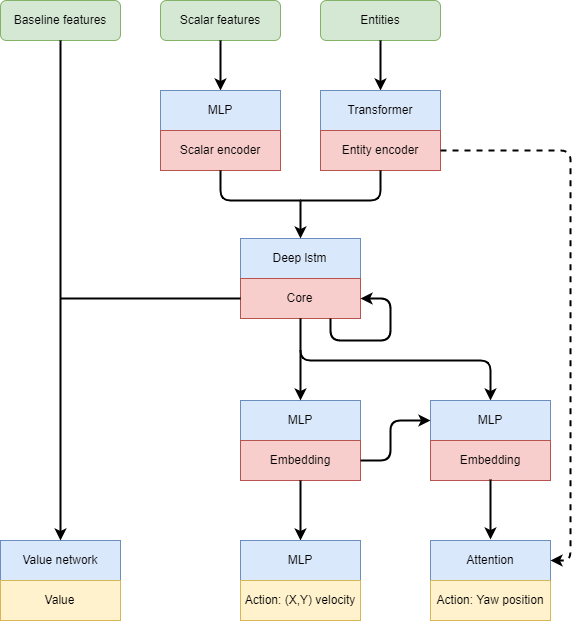
Above: architecture/pulsar_architecture.png in HKU-ICRA/Pulsar (draw.io), before the change. Source tidied: cells renumbered, new cells last; positions are measured from the earlier drawing's top-left corner, leaving out a move shared by most shapes. Its diagram source:
```xml
<mxGraphModel>
  <root>
    <mxCell id="0" />
    <mxCell id="1" parent="0" />
    <mxCell id="2" value="Entities" style="rounded=1;whiteSpace=wrap;html=1;fillColor=#d5e8d4;strokeColor=#82b366;" parent="1" vertex="1">
      <mxGeometry x="320" width="120" height="40" as="geometry" />
    </mxCell>
    <mxCell id="3" value="Scalar features" style="rounded=1;whiteSpace=wrap;html=1;fillColor=#d5e8d4;strokeColor=#82b366;" parent="1" vertex="1">
      <mxGeometry x="160" width="120" height="40" as="geometry" />
    </mxCell>
    <mxCell id="4" style="endArrow=classic;html=1;exitX=0.5;exitY=1;exitDx=0;exitDy=0;entryX=0.5;entryY=0;entryDx=0;entryDy=0;strokeWidth=2;" parent="1" edge="1" source="3">
      <mxGeometry relative="1" as="geometry">
        <mxPoint x="220" y="90" as="targetPoint" />
      </mxGeometry>
    </mxCell>
    <mxCell id="5" style="endArrow=classic;html=1;strokeWidth=2;exitX=0.5;exitY=1;exitDx=0;exitDy=0;entryX=0.5;entryY=0;entryDx=0;entryDy=0;" parent="1" edge="1" source="2">
      <mxGeometry relative="1" as="geometry">
        <mxPoint x="380" y="90" as="targetPoint" />
      </mxGeometry>
    </mxCell>
    <mxCell id="6" value="MLP" style="rounded=0;whiteSpace=wrap;html=1;fillColor=#dae8fc;strokeColor=#6c8ebf;" parent="1" vertex="1">
      <mxGeometry x="160" y="90" width="120" height="40" as="geometry" />
    </mxCell>
    <mxCell id="7" value="Transformer" style="rounded=0;whiteSpace=wrap;html=1;fillColor=#dae8fc;strokeColor=#6c8ebf;" parent="1" vertex="1">
      <mxGeometry x="320" y="90" width="120" height="40" as="geometry" />
    </mxCell>
    <mxCell id="8" value="Scalar encoder" style="rounded=0;whiteSpace=wrap;html=1;fillColor=#f8cecc;strokeColor=#b85450;" parent="1" vertex="1">
      <mxGeometry x="160" y="130" width="120" height="40" as="geometry" />
    </mxCell>
    <mxCell id="9" value="Entity encoder" style="rounded=0;whiteSpace=wrap;html=1;fillColor=#f8cecc;strokeColor=#b85450;" parent="1" vertex="1">
      <mxGeometry x="320" y="130" width="120" height="40" as="geometry" />
    </mxCell>
    <mxCell id="10" value="Deep lstm" style="rounded=0;whiteSpace=wrap;html=1;fillColor=#dae8fc;strokeColor=#6c8ebf;" parent="1" vertex="1">
      <mxGeometry x="240" y="238" width="120" height="40" as="geometry" />
    </mxCell>
    <mxCell id="11" value="Core" style="rounded=0;whiteSpace=wrap;html=1;fillColor=#f8cecc;strokeColor=#b85450;" parent="1" vertex="1">
      <mxGeometry x="240" y="278" width="120" height="40" as="geometry" />
    </mxCell>
    <mxCell id="12" style="endArrow=none;html=1;strokeWidth=2;exitX=0.5;exitY=1;exitDx=0;exitDy=0;endFill=0;" parent="1" edge="1" source="8">
      <mxGeometry relative="1" as="geometry">
        <mxPoint x="300" y="200" as="targetPoint" />
        <Array as="points">
          <mxPoint x="220" y="200" />
          <mxPoint x="270" y="200" />
        </Array>
      </mxGeometry>
    </mxCell>
    <mxCell id="13" style="endArrow=none;html=1;strokeWidth=2;exitX=0.5;exitY=1;exitDx=0;exitDy=0;endFill=0;" parent="1" edge="1" source="9">
      <mxGeometry relative="1" as="geometry">
        <mxPoint x="300" y="200" as="targetPoint" />
        <Array as="points">
          <mxPoint x="380" y="200" />
        </Array>
      </mxGeometry>
    </mxCell>
    <mxCell id="14" style="endArrow=classic;html=1;strokeWidth=2;entryX=0.5;entryY=0;entryDx=0;entryDy=0;" parent="1" edge="1" target="10">
      <mxGeometry relative="1" as="geometry">
        <mxPoint x="300" y="200" as="sourcePoint" />
      </mxGeometry>
    </mxCell>
    <mxCell id="15" style="endArrow=classic;html=1;strokeWidth=2;exitX=0.5;exitY=1;exitDx=0;exitDy=0;entryX=0.5;entryY=0;entryDx=0;entryDy=0;" parent="1" edge="1" source="11" target="19">
      <mxGeometry relative="1" as="geometry">
        <Array as="points">
          <mxPoint x="300" y="360" />
          <mxPoint x="490" y="360" />
        </Array>
      </mxGeometry>
    </mxCell>
    <mxCell id="16" value="MLP" style="rounded=0;whiteSpace=wrap;html=1;fillColor=#dae8fc;strokeColor=#6c8ebf;" parent="1" vertex="1">
      <mxGeometry x="240" y="400" width="120" height="40" as="geometry" />
    </mxCell>
    <mxCell id="17" value="Embedding" style="rounded=0;whiteSpace=wrap;html=1;fillColor=#f8cecc;strokeColor=#b85450;" parent="1" vertex="1">
      <mxGeometry x="240" y="440" width="120" height="40" as="geometry" />
    </mxCell>
    <mxCell id="18" style="endArrow=classic;html=1;strokeWidth=2;entryX=0.5;entryY=0;entryDx=0;entryDy=0;" parent="1" edge="1" target="16">
      <mxGeometry relative="1" as="geometry">
        <mxPoint x="300" y="350" as="sourcePoint" />
      </mxGeometry>
    </mxCell>
    <mxCell id="19" value="MLP" style="rounded=0;whiteSpace=wrap;html=1;fillColor=#dae8fc;strokeColor=#6c8ebf;" parent="1" vertex="1">
      <mxGeometry x="430" y="400" width="120" height="40" as="geometry" />
    </mxCell>
    <mxCell id="20" value="Embedding" style="rounded=0;whiteSpace=wrap;html=1;fillColor=#f8cecc;strokeColor=#b85450;" parent="1" vertex="1">
      <mxGeometry x="430" y="440" width="120" height="40" as="geometry" />
    </mxCell>
    <mxCell id="21" style="endArrow=classic;html=1;strokeWidth=2;exitX=1;exitY=0.5;exitDx=0;exitDy=0;entryX=0;entryY=0.5;entryDx=0;entryDy=0;" parent="1" edge="1" source="17" target="19">
      <mxGeometry relative="1" as="geometry">
        <Array as="points">
          <mxPoint x="390" y="460" />
          <mxPoint x="390" y="420" />
        </Array>
      </mxGeometry>
    </mxCell>
    <mxCell id="22" style="endArrow=classic;html=1;strokeWidth=2;exitX=0.5;exitY=1;exitDx=0;exitDy=0;" parent="1" edge="1" source="17">
      <mxGeometry relative="1" as="geometry">
        <mxPoint x="300" y="540" as="targetPoint" />
      </mxGeometry>
    </mxCell>
    <mxCell id="23" value="MLP" style="rounded=0;whiteSpace=wrap;html=1;fillColor=#dae8fc;strokeColor=#6c8ebf;" parent="1" vertex="1">
      <mxGeometry x="240" y="540" width="120" height="40" as="geometry" />
    </mxCell>
    <mxCell id="24" value="Action: (X,Y) velocity" style="rounded=0;whiteSpace=wrap;html=1;fillColor=#fff2cc;strokeColor=#d6b656;" parent="1" vertex="1">
      <mxGeometry x="240" y="580" width="120" height="40" as="geometry" />
    </mxCell>
    <mxCell id="25" style="endArrow=classic;html=1;strokeWidth=2;exitX=0.5;exitY=1;exitDx=0;exitDy=0;" parent="1" edge="1">
      <mxGeometry relative="1" as="geometry">
        <mxPoint x="490" y="479" as="sourcePoint" />
        <mxPoint x="490" y="539" as="targetPoint" />
      </mxGeometry>
    </mxCell>
    <mxCell id="26" value="Attention" style="rounded=0;whiteSpace=wrap;html=1;fillColor=#dae8fc;strokeColor=#6c8ebf;" parent="1" vertex="1">
      <mxGeometry x="430" y="540" width="120" height="40" as="geometry" />
    </mxCell>
    <mxCell id="27" value="Action: Yaw position" style="rounded=0;whiteSpace=wrap;html=1;fillColor=#fff2cc;strokeColor=#d6b656;" parent="1" vertex="1">
      <mxGeometry x="430" y="580" width="120" height="40" as="geometry" />
    </mxCell>
    <mxCell id="28" style="endArrow=classic;html=1;strokeWidth=2;dashed=1;exitX=1;exitY=0.5;exitDx=0;exitDy=0;entryX=1;entryY=0.5;entryDx=0;entryDy=0;" parent="1" edge="1" source="9" target="26">
      <mxGeometry relative="1" as="geometry">
        <Array as="points">
          <mxPoint x="570" y="150" />
          <mxPoint x="570" y="460" />
          <mxPoint x="570" y="560" />
        </Array>
      </mxGeometry>
    </mxCell>
    <mxCell id="29" value="Baseline features" style="rounded=1;whiteSpace=wrap;html=1;fillColor=#d5e8d4;strokeColor=#82b366;" parent="1" vertex="1">
      <mxGeometry width="120" height="40" as="geometry" />
    </mxCell>
    <mxCell id="30" value="Value network" style="rounded=0;whiteSpace=wrap;html=1;fillColor=#dae8fc;strokeColor=#6c8ebf;" parent="1" vertex="1">
      <mxGeometry y="540" width="120" height="40" as="geometry" />
    </mxCell>
    <mxCell id="31" value="Value" style="rounded=0;whiteSpace=wrap;html=1;fillColor=#fff2cc;strokeColor=#d6b656;" parent="1" vertex="1">
      <mxGeometry y="580" width="120" height="40" as="geometry" />
    </mxCell>
    <mxCell id="32" style="endArrow=classic;html=1;strokeWidth=2;exitX=0.5;exitY=1;exitDx=0;exitDy=0;entryX=0.5;entryY=0;entryDx=0;entryDy=0;" parent="1" edge="1" source="29" target="30">
      <mxGeometry relative="1" as="geometry" />
    </mxCell>
    <mxCell id="33" style="endArrow=none;html=1;strokeWidth=2;exitX=0;exitY=0.5;exitDx=0;exitDy=0;endFill=0;" parent="1" edge="1" source="11">
      <mxGeometry relative="1" as="geometry">
        <mxPoint x="60" y="298" as="targetPoint" />
      </mxGeometry>
    </mxCell>
    <mxCell id="34" style="endArrow=classic;html=1;strokeWidth=2;exitX=0.75;exitY=1;exitDx=0;exitDy=0;entryX=1;entryY=0.5;entryDx=0;entryDy=0;" parent="1" edge="1" source="11" target="11">
      <mxGeometry relative="1" as="geometry">
        <Array as="points">
          <mxPoint x="330" y="340" />
          <mxPoint x="390" y="340" />
          <mxPoint x="390" y="298" />
        </Array>
      </mxGeometry>
    </mxCell>
  </root>
</mxGraphModel>
```
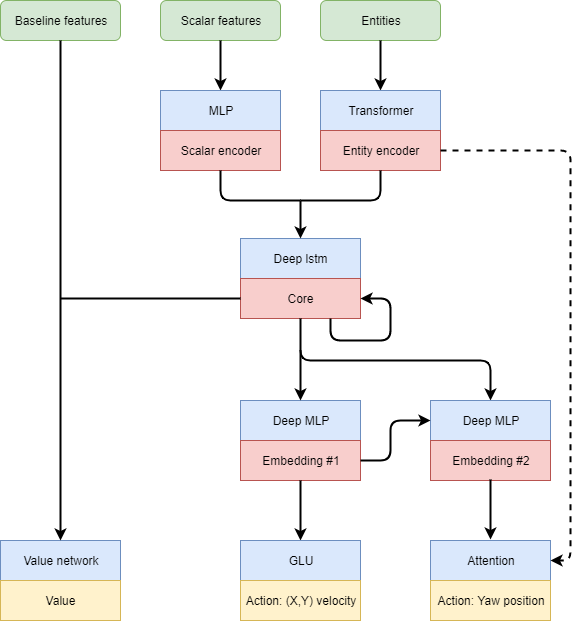
Above is the later version.

Change to the diagram source:
```diff
@@ -66,10 +66,10 @@
         </Array>
       </mxGeometry>
     </mxCell>
-    <mxCell id="16" value="MLP" style="rounded=0;whiteSpace=wrap;html=1;fillColor=#dae8fc;strokeColor=#6c8ebf;" parent="1" vertex="1">
+    <mxCell id="16" value="Deep MLP" style="rounded=0;whiteSpace=wrap;html=1;fillColor=#dae8fc;strokeColor=#6c8ebf;" parent="1" vertex="1">
       <mxGeometry x="240" y="400" width="120" height="40" as="geometry" />
     </mxCell>
-    <mxCell id="17" value="Embedding" style="rounded=0;whiteSpace=wrap;html=1;fillColor=#f8cecc;strokeColor=#b85450;" parent="1" vertex="1">
+    <mxCell id="17" value="Embedding #1" style="rounded=0;whiteSpace=wrap;html=1;fillColor=#f8cecc;strokeColor=#b85450;" parent="1" vertex="1">
       <mxGeometry x="240" y="440" width="120" height="40" as="geometry" />
     </mxCell>
     <mxCell id="18" style="endArrow=classic;html=1;strokeWidth=2;entryX=0.5;entryY=0;entryDx=0;entryDy=0;" parent="1" edge="1" target="16">
@@ -77,10 +77,10 @@
         <mxPoint x="300" y="350" as="sourcePoint" />
       </mxGeometry>
     </mxCell>
-    <mxCell id="19" value="MLP" style="rounded=0;whiteSpace=wrap;html=1;fillColor=#dae8fc;strokeColor=#6c8ebf;" parent="1" vertex="1">
+    <mxCell id="19" value="Deep MLP" style="rounded=0;whiteSpace=wrap;html=1;fillColor=#dae8fc;strokeColor=#6c8ebf;" parent="1" vertex="1">
       <mxGeometry x="430" y="400" width="120" height="40" as="geometry" />
     </mxCell>
-    <mxCell id="20" value="Embedding" style="rounded=0;whiteSpace=wrap;html=1;fillColor=#f8cecc;strokeColor=#b85450;" parent="1" vertex="1">
+    <mxCell id="20" value="Embedding #2" style="rounded=0;whiteSpace=wrap;html=1;fillColor=#f8cecc;strokeColor=#b85450;" parent="1" vertex="1">
       <mxGeometry x="430" y="440" width="120" height="40" as="geometry" />
     </mxCell>
     <mxCell id="21" style="endArrow=classic;html=1;strokeWidth=2;exitX=1;exitY=0.5;exitDx=0;exitDy=0;entryX=0;entryY=0.5;entryDx=0;entryDy=0;" parent="1" edge="1" source="17" target="19">
@@ -96,7 +96,7 @@
         <mxPoint x="300" y="540" as="targetPoint" />
       </mxGeometry>
     </mxCell>
-    <mxCell id="23" value="MLP" style="rounded=0;whiteSpace=wrap;html=1;fillColor=#dae8fc;strokeColor=#6c8ebf;" parent="1" vertex="1">
+    <mxCell id="23" value="GLU" style="rounded=0;whiteSpace=wrap;html=1;fillColor=#dae8fc;strokeColor=#6c8ebf;" parent="1" vertex="1">
       <mxGeometry x="240" y="540" width="120" height="40" as="geometry" />
     </mxCell>
     <mxCell id="24" value="Action: (X,Y) velocity" style="rounded=0;whiteSpace=wrap;html=1;fillColor=#fff2cc;strokeColor=#d6b656;" parent="1" vertex="1">
@@ -119,6 +119,7 @@
         <Array as="points">
           <mxPoint x="570" y="150" />
           <mxPoint x="570" y="460" />
+          <mxPoint x="570" y="520" />
           <mxPoint x="570" y="560" />
         </Array>
       </mxGeometry>
```
